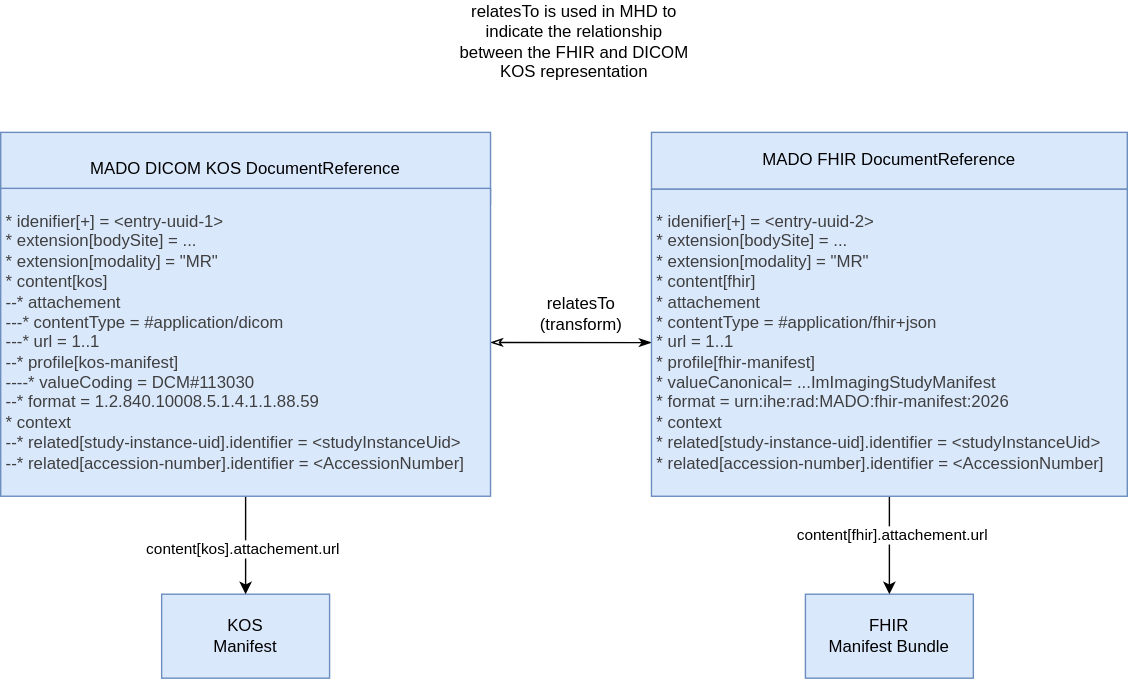
Earlier version of the draw.io export input/images/manifest-envelope.drawio.svg (IHE/RAD.MADO). Source tidied: cells renumbered, new cells last; positions are measured from the earlier drawing's top-left corner, leaving out a move shared by most shapes.
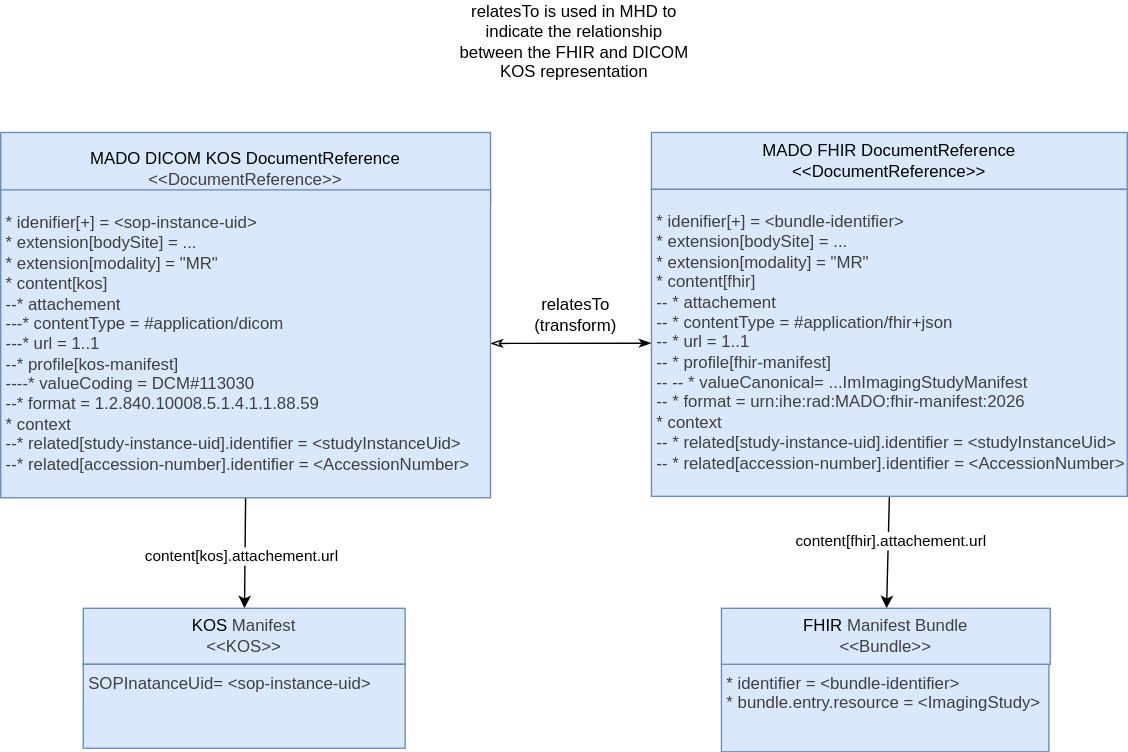
After the change.

Commit message:
Added requirements on the DocumentReference identifier, clean-up the image and added requirement language

What changed in the source:
```diff
@@ -2,18 +2,12 @@
   <root>
     <mxCell id="0" />
     <mxCell id="1" parent="0" />
-    <mxCell id="2" value="KOS&lt;div&gt;Manifest&lt;/div&gt;" style="whiteSpace=wrap;html=1;fillColor=#dae8fc;strokeColor=#6c8ebf;" parent="1" vertex="1">
-      <mxGeometry x="115" y="410" width="120" height="60" as="geometry" />
-    </mxCell>
     <mxCell id="3" style="edgeStyle=none;html=1;exitX=0.5;exitY=1;exitDx=0;exitDy=0;" parent="1" edge="1" source="13" target="2">
       <mxGeometry relative="1" as="geometry" />
     </mxCell>
     <mxCell id="4" value="content[kos].attachement.url" style="edgeLabel;html=1;align=center;verticalAlign=middle;" parent="3" vertex="1">
       <mxGeometry x="0.07" y="-3" relative="1" as="geometry" />
     </mxCell>
-    <mxCell id="5" value="FHIR&lt;div&gt;Manifest Bundle&lt;/div&gt;" style="whiteSpace=wrap;html=1;fillColor=#dae8fc;strokeColor=#6c8ebf;" parent="1" vertex="1">
-      <mxGeometry x="575" y="410" width="120" height="60" as="geometry" />
-    </mxCell>
     <mxCell id="6" style="edgeStyle=none;html=1;exitX=0.5;exitY=1;exitDx=0;exitDy=0;" parent="1" edge="1" source="16" target="5">
       <mxGeometry relative="1" as="geometry" />
     </mxCell>
@@ -21,7 +15,7 @@
       <mxGeometry x="-0.22" y="1" relative="1" as="geometry" />
     </mxCell>
     <mxCell id="8" value="relatesTo (transform)" style="text;html=1;align=center;verticalAlign=middle;whiteSpace=wrap;rounded=0;" parent="1" vertex="1">
-      <mxGeometry x="385" y="195" width="60" height="30" as="geometry" />
+      <mxGeometry x="381" y="195" width="60" height="30" as="geometry" />
     </mxCell>
     <mxCell id="9" style="edgeStyle=none;html=1;endArrow=classicThin;endFill=0;startArrow=classicThin;startFill=1;" parent="1" edge="1" source="16" target="13">
       <mxGeometry relative="1" as="geometry" />
@@ -32,20 +26,38 @@
     <mxCell id="11" style="group;" parent="1" vertex="1">
       <mxGeometry x="80" y="80" width="270" height="260" as="geometry" />
     </mxCell>
-    <mxCell id="12" value="MADO DICOM KOS DocumentReference" style="whiteSpace=wrap;html=1;fillColor=#dae8fc;strokeColor=#6c8ebf;" parent="11" vertex="1">
+    <mxCell id="12" value="MADO DICOM KOS DocumentReference&lt;div&gt;&lt;span style=&quot;color: rgb(63, 63, 63);&quot;&gt;&amp;lt;&amp;lt;DocumentReference&amp;gt;&amp;gt;&lt;/span&gt;&lt;/div&gt;" style="whiteSpace=wrap;html=1;fillColor=#dae8fc;strokeColor=#6c8ebf;" parent="11" vertex="1">
       <mxGeometry x="-80" width="350" height="51.3" as="geometry" />
     </mxCell>
-    <mxCell id="13" value="&lt;span style=&quot;background-color: transparent; scrollbar-color: rgb(226, 226, 226) rgb(251, 251, 251); color: rgb(63, 63, 63);&quot;&gt;&lt;div style=&quot;&quot;&gt;&lt;span style=&quot;scrollbar-color: rgb(226, 226, 226) rgb(251, 251, 251); color: rgb(63, 63, 63);&quot;&gt;&lt;div style=&quot;&quot;&gt;&lt;div&gt;&lt;span style=&quot;color: rgb(63, 63, 63); background-color: transparent;&quot;&gt;* idenifier[+] = &amp;lt;entry-uuid-1&amp;gt;&lt;/span&gt;&lt;/div&gt;&lt;div&gt;&lt;span style=&quot;color: rgb(63, 63, 63); background-color: transparent;&quot;&gt;* extension[bodySite] = ...&lt;/span&gt;&lt;/div&gt;&lt;div&gt;&lt;span style=&quot;color: rgb(63, 63, 63); background-color: transparent;&quot;&gt;* extension[modality] = &quot;MR&quot;&lt;/span&gt;&lt;/div&gt;&lt;div&gt;&lt;span style=&quot;color: rgb(63, 63, 63); background-color: transparent;&quot;&gt;* content[kos]&lt;/span&gt;&lt;/div&gt;&lt;div&gt;--* attachement&lt;/div&gt;&lt;div&gt;---* contentType = #application/dicom&lt;/div&gt;&lt;div&gt;---* url = 1..1&lt;/div&gt;&lt;div&gt;--* profile[kos-manifest]&lt;/div&gt;&lt;div&gt;----* valueCoding = DCM#113030&lt;/div&gt;&lt;div&gt;--* format = 1.2.840.10008.5.1.4.1.1.88.59&lt;/div&gt;&lt;div&gt;* context&lt;/div&gt;&lt;div&gt;--* related[study-instance-uid].identifier = &amp;lt;studyInstanceUid&amp;gt;&lt;/div&gt;&lt;div&gt;--* related[accession-number].identifier = &amp;lt;AccessionNumber]&lt;/div&gt;&lt;/div&gt;&lt;/span&gt;&lt;/div&gt;&lt;/span&gt;" style="whiteSpace=wrap;html=1;align=left;spacingLeft=2;fillColor=#dae8fc;strokeColor=#6c8ebf;" parent="11" vertex="1">
-      <mxGeometry x="-80" y="40" width="350" height="220" as="geometry" />
+    <mxCell id="13" value="&lt;span style=&quot;background-color: transparent; scrollbar-color: rgb(226, 226, 226) rgb(251, 251, 251); color: rgb(63, 63, 63);&quot;&gt;&lt;div style=&quot;&quot;&gt;&lt;span style=&quot;scrollbar-color: rgb(226, 226, 226) rgb(251, 251, 251); color: rgb(63, 63, 63);&quot;&gt;&lt;div style=&quot;&quot;&gt;&lt;div&gt;&lt;span style=&quot;color: rgb(63, 63, 63); background-color: transparent;&quot;&gt;* idenifier[+] =&amp;nbsp;&lt;/span&gt;&lt;span style=&quot;color: rgb(63, 63, 63); background-color: transparent;&quot;&gt;&amp;lt;sop-instance-uid&amp;gt;&lt;/span&gt;&lt;/div&gt;&lt;div&gt;&lt;span style=&quot;color: rgb(63, 63, 63); background-color: transparent;&quot;&gt;* extension[bodySite] = ...&lt;/span&gt;&lt;/div&gt;&lt;div&gt;&lt;span style=&quot;color: rgb(63, 63, 63); background-color: transparent;&quot;&gt;* extension[modality] = &quot;MR&quot;&lt;/span&gt;&lt;/div&gt;&lt;div&gt;&lt;span style=&quot;color: rgb(63, 63, 63); background-color: transparent;&quot;&gt;* content[kos]&lt;/span&gt;&lt;/div&gt;&lt;div&gt;--* attachement&lt;/div&gt;&lt;div&gt;---* contentType = #application/dicom&lt;/div&gt;&lt;div&gt;---* url = 1..1&lt;/div&gt;&lt;div&gt;--* profile[kos-manifest]&lt;/div&gt;&lt;div&gt;----* valueCoding = DCM#113030&lt;/div&gt;&lt;div&gt;--* format = 1.2.840.10008.5.1.4.1.1.88.59&lt;/div&gt;&lt;div&gt;* context&lt;/div&gt;&lt;div&gt;--* related[study-instance-uid].identifier = &amp;lt;studyInstanceUid&amp;gt;&lt;/div&gt;&lt;div&gt;--* related[accession-number].identifier = &amp;lt;AccessionNumber&amp;gt;&lt;/div&gt;&lt;/div&gt;&lt;/span&gt;&lt;/div&gt;&lt;/span&gt;" style="whiteSpace=wrap;html=1;align=left;spacingLeft=2;fillColor=#dae8fc;strokeColor=#6c8ebf;" parent="11" vertex="1">
+      <mxGeometry x="-80" y="41" width="350" height="220" as="geometry" />
     </mxCell>
     <mxCell id="14" style="group;" parent="1" vertex="1">
       <mxGeometry x="465" y="80" width="340" height="260" as="geometry" />
     </mxCell>
-    <mxCell id="15" value="MADO FHIR DocumentReference" style="whiteSpace=wrap;html=1;fillColor=#dae8fc;strokeColor=#6c8ebf;" parent="14" vertex="1">
+    <mxCell id="15" value="MADO FHIR DocumentReference&lt;div&gt;&amp;lt;&amp;lt;DocumentReference&amp;gt;&amp;gt;&lt;/div&gt;" style="whiteSpace=wrap;html=1;fillColor=#dae8fc;strokeColor=#6c8ebf;" parent="14" vertex="1">
       <mxGeometry width="340" height="40.6" as="geometry" />
     </mxCell>
-    <mxCell id="16" value="&lt;span style=&quot;background-color: transparent; scrollbar-color: rgb(226, 226, 226) rgb(251, 251, 251); color: rgb(63, 63, 63);&quot;&gt;&lt;div style=&quot;&quot;&gt;&lt;span style=&quot;scrollbar-color: rgb(226, 226, 226) rgb(251, 251, 251); color: rgb(63, 63, 63);&quot;&gt;&lt;div style=&quot;&quot;&gt;&lt;div&gt;&lt;span style=&quot;color: rgb(63, 63, 63); background-color: transparent;&quot;&gt;* idenifier[+] = &amp;lt;entry-uuid-2&amp;gt;&lt;/span&gt;&lt;/div&gt;&lt;div&gt;&lt;span style=&quot;color: rgb(63, 63, 63); background-color: transparent;&quot;&gt;&lt;div style=&quot;color: rgb(63, 63, 63); scrollbar-color: rgb(226, 226, 226) rgb(251, 251, 251);&quot;&gt;&lt;span style=&quot;scrollbar-color: rgb(226, 226, 226) rgb(251, 251, 251); background-color: transparent; color: rgb(63, 63, 63);&quot;&gt;* extension[bodySite] = ...&lt;/span&gt;&lt;/div&gt;&lt;div style=&quot;color: rgb(63, 63, 63); scrollbar-color: rgb(226, 226, 226) rgb(251, 251, 251);&quot;&gt;&lt;span style=&quot;scrollbar-color: rgb(226, 226, 226) rgb(251, 251, 251); background-color: transparent; color: rgb(63, 63, 63);&quot;&gt;* extension[modality] = &quot;MR&quot;&lt;/span&gt;&lt;/div&gt;&lt;/span&gt;&lt;/div&gt;&lt;div&gt;&lt;span style=&quot;background-color: transparent;&quot;&gt;* content[fhir]&lt;/span&gt;&lt;/div&gt;&lt;div&gt;&amp;nbsp; * attachement&lt;/div&gt;&lt;div&gt;&amp;nbsp; &amp;nbsp; * contentType = #application/fhir+json&lt;/div&gt;&lt;div&gt;&amp;nbsp; &amp;nbsp; * url = 1..1&lt;/div&gt;&lt;div&gt;&amp;nbsp; * profile[fhir-manifest]&lt;/div&gt;&lt;div&gt;&amp;nbsp; &amp;nbsp; * valueCanonical= ...ImImagingStudyManifest&lt;br&gt;&lt;/div&gt;&lt;div&gt;&amp;nbsp; * format =&amp;nbsp;urn:ihe:rad:MADO:fhir-manifest:2026&lt;/div&gt;&lt;div&gt;&lt;span style=&quot;color: rgb(63, 63, 63); background-color: transparent;&quot;&gt;* context&lt;/span&gt;&lt;/div&gt;&lt;div&gt;&lt;div style=&quot;color: rgb(63, 63, 63); scrollbar-color: rgb(226, 226, 226) rgb(251, 251, 251);&quot;&gt;&amp;nbsp; * related[study-instance-uid].identifier = &amp;lt;studyInstanceUid&amp;gt;&lt;/div&gt;&lt;div style=&quot;color: rgb(63, 63, 63); scrollbar-color: rgb(226, 226, 226) rgb(251, 251, 251);&quot;&gt;&amp;nbsp; * related[accession-number].identifier = &amp;lt;AccessionNumber]&lt;/div&gt;&lt;/div&gt;&lt;/div&gt;&lt;/span&gt;&lt;/div&gt;&lt;/span&gt;" style="whiteSpace=wrap;html=1;align=left;spacingLeft=2;fillColor=#dae8fc;strokeColor=#6c8ebf;" parent="14" vertex="1">
+    <mxCell id="16" value="&lt;span style=&quot;background-color: transparent; scrollbar-color: rgb(226, 226, 226) rgb(251, 251, 251); color: rgb(63, 63, 63);&quot;&gt;&lt;div style=&quot;&quot;&gt;&lt;span style=&quot;scrollbar-color: rgb(226, 226, 226) rgb(251, 251, 251); color: rgb(63, 63, 63);&quot;&gt;&lt;div style=&quot;&quot;&gt;&lt;div&gt;&lt;span style=&quot;color: rgb(63, 63, 63); background-color: transparent;&quot;&gt;* idenifier[+] = &amp;lt;bundle-identifier&amp;gt;&lt;/span&gt;&lt;/div&gt;&lt;div&gt;&lt;span style=&quot;color: rgb(63, 63, 63); background-color: transparent;&quot;&gt;&lt;div style=&quot;color: rgb(63, 63, 63); scrollbar-color: rgb(226, 226, 226) rgb(251, 251, 251);&quot;&gt;&lt;span style=&quot;scrollbar-color: rgb(226, 226, 226) rgb(251, 251, 251); background-color: transparent; color: rgb(63, 63, 63);&quot;&gt;* extension[bodySite] = ...&lt;/span&gt;&lt;/div&gt;&lt;div style=&quot;color: rgb(63, 63, 63); scrollbar-color: rgb(226, 226, 226) rgb(251, 251, 251);&quot;&gt;&lt;span style=&quot;scrollbar-color: rgb(226, 226, 226) rgb(251, 251, 251); background-color: transparent; color: rgb(63, 63, 63);&quot;&gt;* extension[modality] = &quot;MR&quot;&lt;/span&gt;&lt;/div&gt;&lt;/span&gt;&lt;/div&gt;&lt;div&gt;&lt;span style=&quot;background-color: transparent;&quot;&gt;* content[fhir]&lt;/span&gt;&lt;/div&gt;&lt;div&gt;&lt;span style=&quot;color: rgb(63, 63, 63); background-color: transparent;&quot;&gt;--&lt;/span&gt;* attachement&lt;/div&gt;&lt;div&gt;&lt;span style=&quot;color: rgb(63, 63, 63); background-color: transparent;&quot;&gt;--&lt;/span&gt;* contentType = #application/fhir+json&lt;/div&gt;&lt;div&gt;&lt;span style=&quot;color: rgb(63, 63, 63); background-color: transparent;&quot;&gt;--&lt;/span&gt;* url = 1..1&lt;/div&gt;&lt;div&gt;&lt;span style=&quot;color: rgb(63, 63, 63); background-color: transparent;&quot;&gt;--&lt;/span&gt;* profile[fhir-manifest]&lt;/div&gt;&lt;div&gt;&lt;span style=&quot;color: rgb(63, 63, 63); background-color: transparent;&quot;&gt;--&lt;/span&gt;&lt;span style=&quot;color: rgb(63, 63, 63); background-color: transparent;&quot;&gt;--&lt;/span&gt;&lt;span style=&quot;color: rgb(63, 63, 63); background-color: transparent;&quot;&gt;* valueCanonical= ...ImImagingStudyManifest&lt;/span&gt;&lt;/div&gt;&lt;div&gt;&lt;span style=&quot;color: rgb(63, 63, 63); background-color: transparent;&quot;&gt;--&lt;/span&gt;* format =&amp;nbsp;urn:ihe:rad:MADO:fhir-manifest:2026&lt;/div&gt;&lt;div&gt;&lt;span style=&quot;color: rgb(63, 63, 63); background-color: transparent;&quot;&gt;* context&lt;/span&gt;&lt;/div&gt;&lt;div&gt;&lt;div style=&quot;color: rgb(63, 63, 63); scrollbar-color: rgb(226, 226, 226) rgb(251, 251, 251);&quot;&gt;&lt;span style=&quot;color: rgb(63, 63, 63); background-color: transparent;&quot;&gt;--&lt;/span&gt;* related[study-instance-uid].identifier = &amp;lt;studyInstanceUid&amp;gt;&lt;/div&gt;&lt;div style=&quot;color: rgb(63, 63, 63); scrollbar-color: rgb(226, 226, 226) rgb(251, 251, 251);&quot;&gt;&lt;span style=&quot;color: rgb(63, 63, 63); background-color: transparent;&quot;&gt;--&lt;/span&gt;* related[accession-number].identifier = &amp;lt;AccessionNumber&amp;gt;&lt;/div&gt;&lt;/div&gt;&lt;/div&gt;&lt;/span&gt;&lt;/div&gt;&lt;/span&gt;" style="whiteSpace=wrap;html=1;align=left;spacingLeft=2;fillColor=#dae8fc;strokeColor=#6c8ebf;" parent="14" vertex="1">
       <mxGeometry y="40.6" width="340" height="219.4" as="geometry" />
     </mxCell>
+    <mxCell id="17" style="group;" parent="1" vertex="1">
+      <mxGeometry x="515" y="405" width="234" height="117.5" as="geometry" />
+    </mxCell>
+    <mxCell id="18" value="&lt;span style=&quot;background-color: transparent; scrollbar-color: rgb(226, 226, 226) rgb(251, 251, 251); color: rgb(63, 63, 63);&quot;&gt;&lt;div style=&quot;&quot;&gt;&lt;span style=&quot;scrollbar-color: rgb(226, 226, 226) rgb(251, 251, 251); color: rgb(63, 63, 63);&quot;&gt;&lt;div style=&quot;&quot;&gt;&lt;div&gt;* identifier = &amp;lt;bundle-identifier&amp;gt;&lt;/div&gt;&lt;div&gt;* bundle.entry.resource = &amp;lt;ImagingStudy&amp;gt;&lt;/div&gt;&lt;/div&gt;&lt;/span&gt;&lt;/div&gt;&lt;/span&gt;" style="whiteSpace=wrap;html=1;align=left;spacingLeft=2;fillColor=#dae8fc;strokeColor=#6c8ebf;verticalAlign=top;" parent="17" vertex="1">
+      <mxGeometry y="55" width="234" height="62.5" as="geometry" />
+    </mxCell>
+    <mxCell id="5" value="FHIR&amp;nbsp;&lt;span style=&quot;color: rgb(63, 63, 63); background-color: transparent;&quot;&gt;Manifest Bundle&lt;/span&gt;&lt;div&gt;&lt;span style=&quot;color: rgb(63, 63, 63); background-color: transparent;&quot;&gt;&amp;lt;&amp;lt;Bundle&amp;gt;&amp;gt;&lt;/span&gt;&lt;/div&gt;" style="whiteSpace=wrap;html=1;fillColor=#dae8fc;strokeColor=#6c8ebf;" parent="1" vertex="1">
+      <mxGeometry x="515" y="420" width="235" height="40" as="geometry" />
+    </mxCell>
+    <mxCell id="19" style="group;" parent="1" vertex="1">
+      <mxGeometry x="59" y="420" width="230" height="100" as="geometry" />
+    </mxCell>
+    <mxCell id="2" value="KOS&amp;nbsp;&lt;span style=&quot;color: rgb(63, 63, 63); background-color: transparent;&quot;&gt;Manifest&lt;/span&gt;&lt;div&gt;&lt;span style=&quot;color: rgb(63, 63, 63); background-color: transparent;&quot;&gt;&amp;lt;&amp;lt;KOS&amp;gt;&amp;gt;&lt;/span&gt;&lt;/div&gt;" style="whiteSpace=wrap;html=1;fillColor=#dae8fc;strokeColor=#6c8ebf;" parent="19" vertex="1">
+      <mxGeometry width="230" height="40" as="geometry" />
+    </mxCell>
+    <mxCell id="20" value="&lt;span style=&quot;background-color: transparent; scrollbar-color: rgb(226, 226, 226) rgb(251, 251, 251); color: rgb(63, 63, 63);&quot;&gt;&lt;div style=&quot;&quot;&gt;&lt;span style=&quot;scrollbar-color: rgb(226, 226, 226) rgb(251, 251, 251); color: rgb(63, 63, 63);&quot;&gt;&lt;div style=&quot;&quot;&gt;&lt;div&gt;SOPInatanceUid= &amp;lt;sop-instance-uid&amp;gt;&lt;/div&gt;&lt;/div&gt;&lt;/span&gt;&lt;/div&gt;&lt;/span&gt;" style="whiteSpace=wrap;html=1;align=left;spacingLeft=2;fillColor=#dae8fc;strokeColor=#6c8ebf;verticalAlign=top;" parent="19" vertex="1">
+      <mxGeometry y="40" width="230" height="60" as="geometry" />
+    </mxCell>
   </root>
 </mxGraphModel>
```
